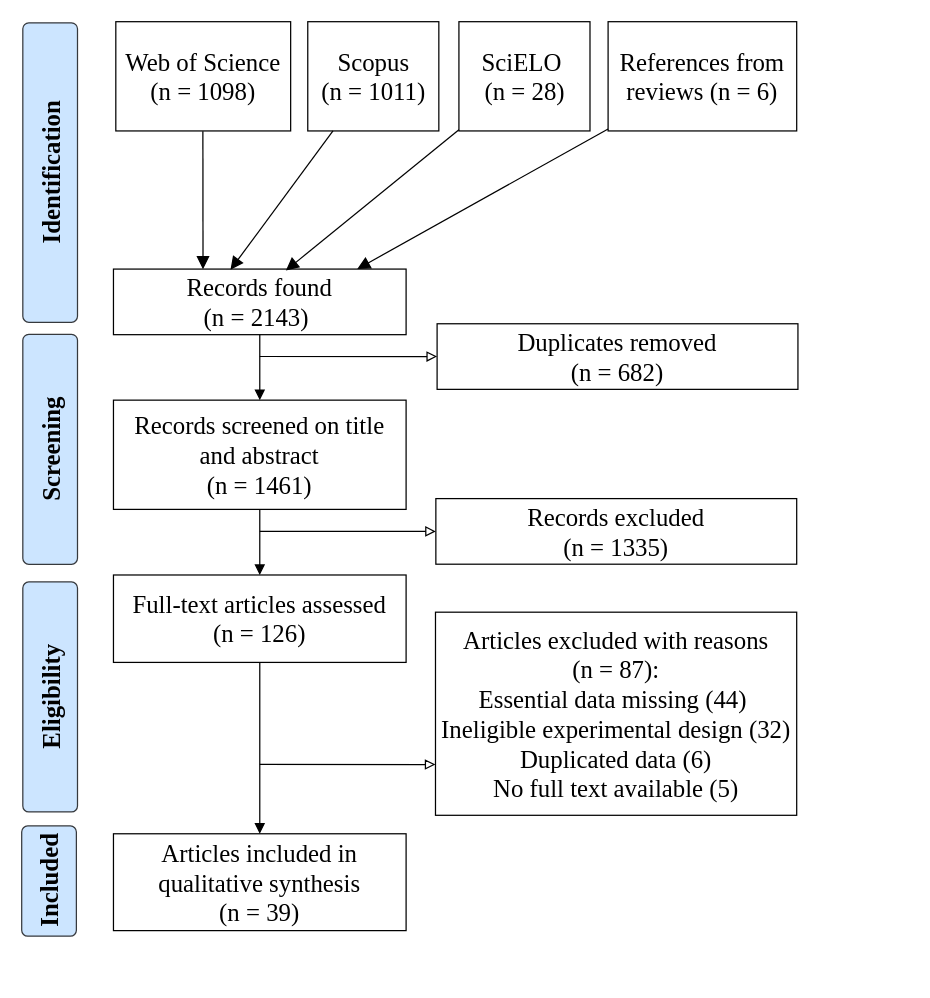
Above: MosquitoReviewFlowChart.drawio in Damian-VA/MosquitoReview (draw.io), before the change. Source tidied: cells renumbered, new cells numbered last; positions are measured from the earlier drawing's top-left corner, leaving out a move shared by most shapes. Both pictures are drawn from the tidied source at 124%, with x=0, y=0 at pixel (-100, 21).
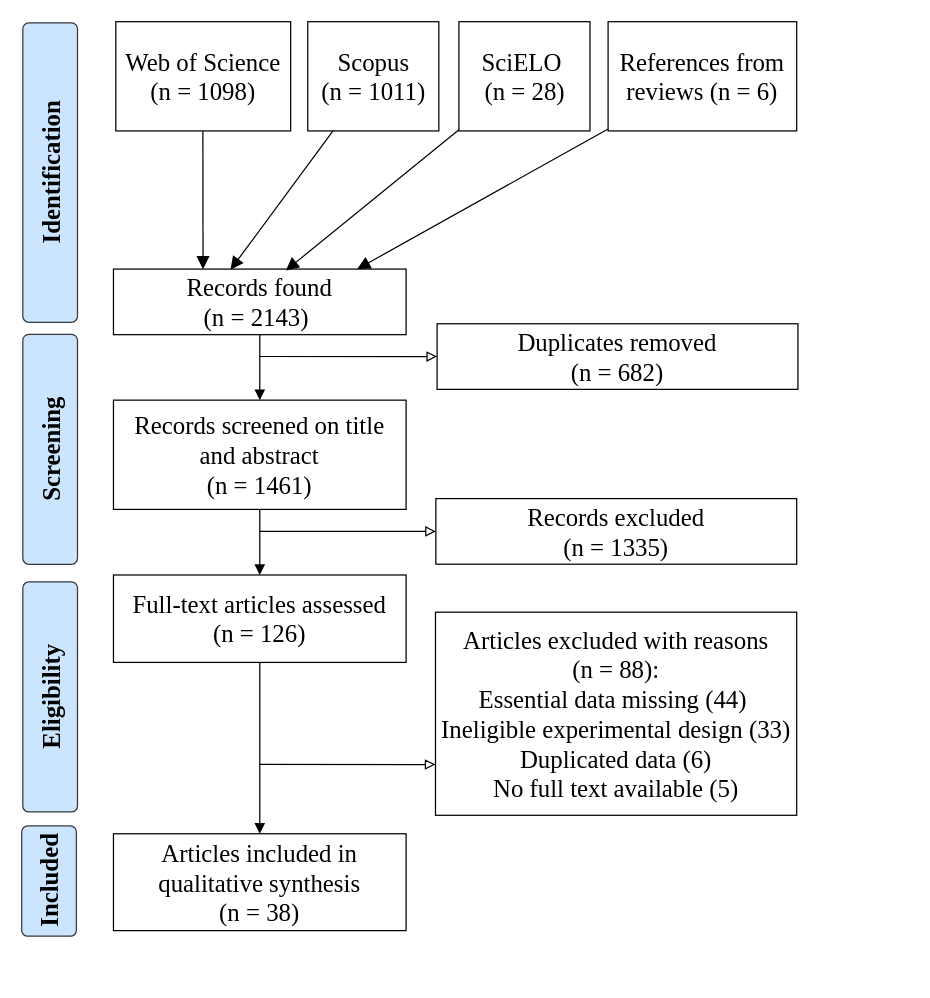
The same page after the edit.

Commit message:
Damián: 32 included articles, 1 article (Brown2002) removed because ineligible design

Unchanged cells that the change refers to:
```xml
<mxCell id="2" style="group;fontSize=20;" parent="1" vertex="1">
  <mxGeometry x="98" width="714.7" height="770" as="geometry" />
</mxCell>
```

What changed in the source:
```diff
@@
-    <mxCell id="22" value="Articles excluded with reasons &lt;br&gt;(n = 87):&lt;br style=&quot;font-size: 20px&quot;&gt;Essential data missing (44)&amp;nbsp;&lt;br style=&quot;font-size: 20px&quot;&gt;Ineligible experimental design (32)&lt;br style=&quot;font-size: 20px&quot;&gt;Duplicated data (6)&lt;br style=&quot;font-size: 20px&quot;&gt;No full text available (5)" style="rounded=0;whiteSpace=wrap;html=1;fontFamily=Times New Roman;fontSize=20;" parent="2" vertex="1">
+    <mxCell id="22" value="Articles excluded with reasons &lt;br&gt;(n = 88):&lt;br style=&quot;font-size: 20px&quot;&gt;Essential data missing (44)&amp;nbsp;&lt;br style=&quot;font-size: 20px&quot;&gt;Ineligible experimental design (33)&lt;br style=&quot;font-size: 20px&quot;&gt;Duplicated data (6)&lt;br style=&quot;font-size: 20px&quot;&gt;No full text available (5)" style="rounded=0;whiteSpace=wrap;html=1;fontFamily=Times New Roman;fontSize=20;" parent="2" vertex="1">
       <mxGeometry x="333.7" y="476.2" width="291.3" height="163.8" as="geometry" />
     </mxCell>
-    <mxCell id="23" value="Articles included in qualitative synthesis&lt;br&gt;(n = 39)" style="rounded=0;whiteSpace=wrap;html=1;fontFamily=Times New Roman;fontSize=20;" parent="2" vertex="1">
+    <mxCell id="23" value="Articles included in qualitative synthesis&lt;br&gt;(n = 38)" style="rounded=0;whiteSpace=wrap;html=1;fontFamily=Times New Roman;fontSize=20;" parent="2" vertex="1">
       <mxGeometry x="74" y="654.9" width="236" height="78.1" as="geometry" />
     </mxCell>
```
